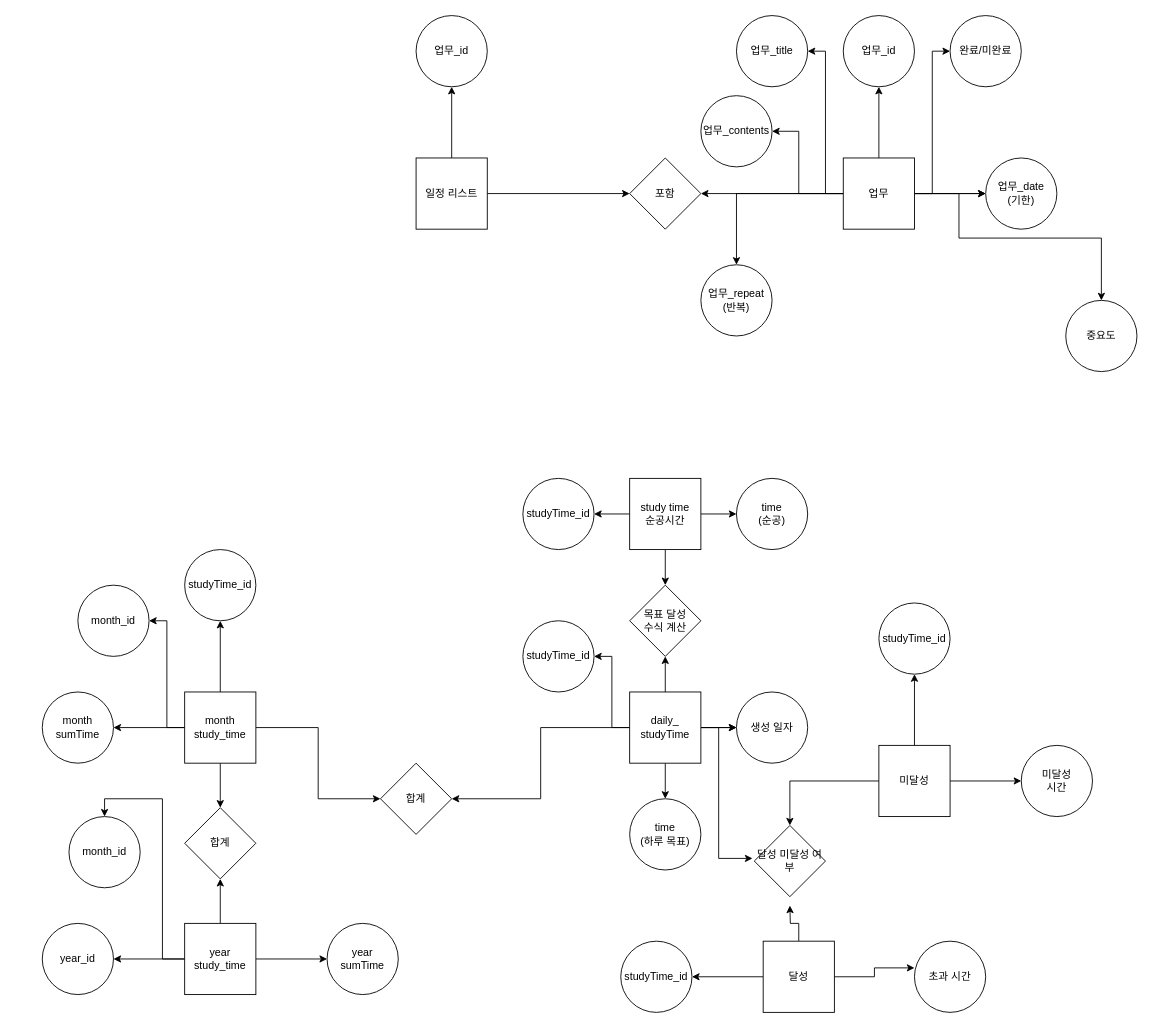
Cheyoung0203/kimbug-training keeps this draw.io diagram as teacher/10_minute.drawio. Above is the earlier version. Source tidied: cells renumbered, new cells numbered last; positions are measured from the earlier drawing's top-left corner, leaving out a move shared by most shapes. Both pictures are drawn from the tidied source at 89%, with x=0, y=0 at pixel (42, 15).
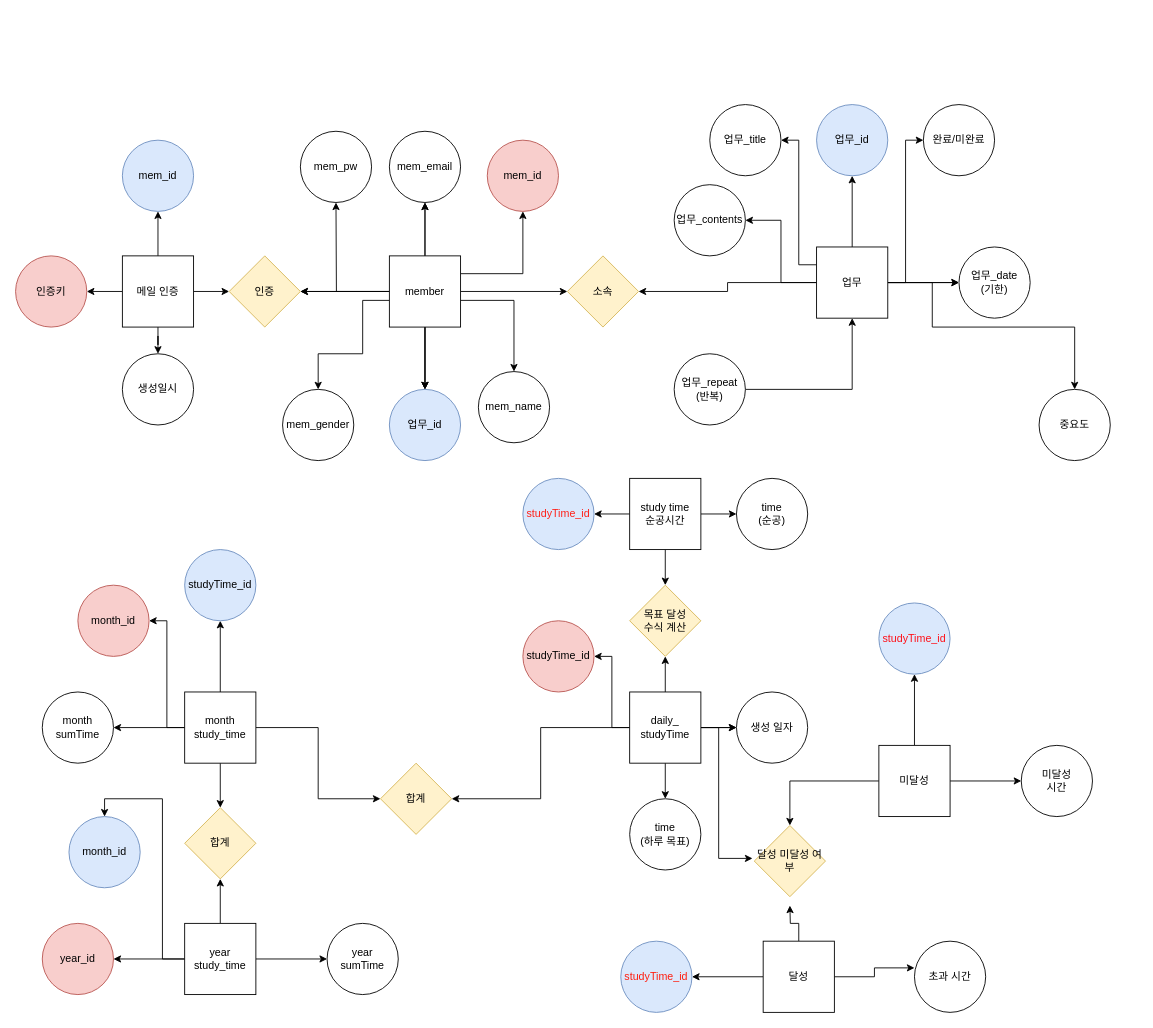
Above is the later version.

Change to the diagram source:
```diff
@@
-    <mxCell id="2" style="edgeStyle=orthogonalEdgeStyle;rounded=0;jettySize=auto;html=1;entryX=0;entryY=0.5;entryDx=0;entryDy=0;" parent="1" edge="1" source="4" target="15">
-      <mxGeometry relative="1" as="geometry" />
-    </mxCell>
-    <mxCell id="3" style="edgeStyle=orthogonalEdgeStyle;rounded=0;jettySize=auto;html=1;" parent="1" edge="1" source="4" target="16">
-      <mxGeometry relative="1" as="geometry" />
-    </mxCell>
-    <mxCell id="4" value="일정 리스트" style="whiteSpace=wrap;html=1;" parent="1" vertex="1">
-      <mxGeometry x="420" y="160" width="80" height="80" as="geometry" />
-    </mxCell>
-    <mxCell id="5" style="edgeStyle=orthogonalEdgeStyle;rounded=0;jettySize=auto;html=1;entryX=1;entryY=0.5;entryDx=0;entryDy=0;" parent="1" edge="1" source="14" target="15">
-      <mxGeometry relative="1" as="geometry" />
-    </mxCell>
@@
     <mxCell id="7" style="edgeStyle=orthogonalEdgeStyle;jettySize=auto;html=1;rounded=0;" parent="1" edge="1" source="14" target="18">
       <mxGeometry relative="1" as="geometry">
         <Array as="points">
-          <mxPoint x="1000" y="200" />
-          <mxPoint x="1000" y="40" />
+          <mxPoint x="970" y="300" />
+          <mxPoint x="970" y="140" />
         </Array>
       </mxGeometry>
     </mxCell>
     <mxCell id="8" style="edgeStyle=orthogonalEdgeStyle;rounded=0;jettySize=auto;html=1;" parent="1" edge="1" source="14" target="19">
       <mxGeometry relative="1" as="geometry">
         <Array as="points">
-          <mxPoint x="880" y="200" />
-          <mxPoint x="880" y="40" />
+          <mxPoint x="850" y="280" />
+          <mxPoint x="850" y="140" />
         </Array>
       </mxGeometry>
     </mxCell>
@@
-    <mxCell id="11" style="edgeStyle=orthogonalEdgeStyle;rounded=0;jettySize=auto;html=1;" parent="1" edge="1" source="14" target="21">
-      <mxGeometry relative="1" as="geometry" />
-    </mxCell>
+    <mxCell id="13" style="edgeStyle=orthogonalEdgeStyle;rounded=0;jettySize=auto;html=1;" parent="1" edge="1" source="14" target="23">
+      <mxGeometry relative="1" as="geometry">
+        <Array as="points">
+          <mxPoint x="1000" y="300" />
+          <mxPoint x="1000" y="350" />
+          <mxPoint x="1160" y="350" />
+        </Array>
+      </mxGeometry>
+    </mxCell>
+    <mxCell id="74" style="edgeStyle=orthogonalEdgeStyle;rounded=0;jettySize=auto;html=1;fontColor=#FF1D0D;" parent="1" edge="1" source="14" target="103">
+      <mxGeometry relative="1" as="geometry" />
+    </mxCell>
-    <mxCell id="12" style="edgeStyle=orthogonalEdgeStyle;rounded=0;jettySize=auto;html=1;" parent="1" edge="1" source="14" target="22">
-      <mxGeometry relative="1" as="geometry">
-        <Array as="points">
-          <mxPoint x="850" y="200" />
-          <mxPoint x="850" y="130" />
-        </Array>
-      </mxGeometry>
+    <mxCell id="12" style="edgeStyle=orthogonalEdgeStyle;rounded=0;jettySize=auto;html=1;fontColor=#FF1D0D;" parent="1" edge="1" source="14" target="22">
+      <mxGeometry relative="1" as="geometry" />
     </mxCell>
-    <mxCell id="13" style="edgeStyle=orthogonalEdgeStyle;rounded=0;jettySize=auto;html=1;" parent="1" edge="1" source="14" target="23">
-      <mxGeometry relative="1" as="geometry">
-        <Array as="points">
-          <mxPoint x="1030" y="200" />
-          <mxPoint x="1030" y="250" />
-          <mxPoint x="1190" y="250" />
-        </Array>
-      </mxGeometry>
-    </mxCell>
     <mxCell id="14" value="업무" style="whiteSpace=wrap;html=1;" parent="1" vertex="1">
-      <mxGeometry x="900" y="160" width="80" height="80" as="geometry" />
+      <mxGeometry x="870" y="260" width="80" height="80" as="geometry" />
     </mxCell>
-    <mxCell id="15" value="포함" style="rhombus;whiteSpace=wrap;html=1;" parent="1" vertex="1">
-      <mxGeometry x="660" y="160" width="80" height="80" as="geometry" />
-    </mxCell>
-    <mxCell id="16" value="업무_id" style="ellipse;whiteSpace=wrap;html=1;" parent="1" vertex="1">
-      <mxGeometry x="420" width="80" height="80" as="geometry" />
-    </mxCell>
-    <mxCell id="17" value="업무_id" style="ellipse;whiteSpace=wrap;html=1;" parent="1" vertex="1">
-      <mxGeometry x="900" width="80" height="80" as="geometry" />
+    <mxCell id="17" value="업무_id" style="ellipse;whiteSpace=wrap;html=1;fillColor=#dae8fc;strokeColor=#6c8ebf;" parent="1" vertex="1">
+      <mxGeometry x="870" y="100" width="80" height="80" as="geometry" />
     </mxCell>
     <mxCell id="18" value="완료/미완료" style="ellipse;whiteSpace=wrap;html=1;" parent="1" vertex="1">
-      <mxGeometry x="1020" width="80" height="80" as="geometry" />
+      <mxGeometry x="990" y="100" width="80" height="80" as="geometry" />
     </mxCell>
     <mxCell id="19" value="업무_title" style="ellipse;whiteSpace=wrap;html=1;" parent="1" vertex="1">
-      <mxGeometry x="780" width="80" height="80" as="geometry" />
+      <mxGeometry x="750" y="100" width="80" height="80" as="geometry" />
     </mxCell>
     <mxCell id="20" value="업무_date&lt;br&gt;(기한)" style="ellipse;whiteSpace=wrap;html=1;" parent="1" vertex="1">
-      <mxGeometry x="1060" y="160" width="80" height="80" as="geometry" />
+      <mxGeometry x="1030" y="260" width="80" height="80" as="geometry" />
     </mxCell>
+    <mxCell id="75" style="edgeStyle=orthogonalEdgeStyle;rounded=0;jettySize=auto;html=1;" parent="1" edge="1" source="21" target="14">
+      <mxGeometry relative="1" as="geometry" />
+    </mxCell>
     <mxCell id="21" value="업무_repeat&lt;br&gt;(반복)" style="ellipse;whiteSpace=wrap;html=1;" parent="1" vertex="1">
-      <mxGeometry x="740" y="280" width="80" height="80" as="geometry" />
+      <mxGeometry x="710" y="380" width="80" height="80" as="geometry" />
     </mxCell>
     <mxCell id="22" value="업무_contents" style="ellipse;whiteSpace=wrap;html=1;" parent="1" vertex="1">
-      <mxGeometry x="740" y="90" width="80" height="80" as="geometry" />
+      <mxGeometry x="710" y="190" width="80" height="80" as="geometry" />
     </mxCell>
     <mxCell id="23" value="중요도" style="ellipse;whiteSpace=wrap;html=1;" parent="1" vertex="1">
-      <mxGeometry x="1150" y="320" width="80" height="80" as="geometry" />
+      <mxGeometry x="1120" y="420" width="80" height="80" as="geometry" />
     </mxCell>
@@
-    <mxCell id="28" value="목표 달성&lt;br&gt;수식 계산" style="rhombus;whiteSpace=wrap;html=1;" parent="1" vertex="1">
+    <mxCell id="28" value="목표 달성&lt;br&gt;수식 계산" style="rhombus;whiteSpace=wrap;html=1;fillColor=#fff2cc;strokeColor=#d6b656;" parent="1" vertex="1">
       <mxGeometry x="660" y="640" width="80" height="80" as="geometry" />
     </mxCell>
@@
-    <mxCell id="38" value="studyTime_id" style="ellipse;whiteSpace=wrap;html=1;" parent="1" vertex="1">
+    <mxCell id="38" value="studyTime_id" style="ellipse;whiteSpace=wrap;html=1;fillColor=#f8cecc;strokeColor=#b85450;" parent="1" vertex="1">
       <mxGeometry x="540" y="680" width="80" height="80" as="geometry" />
     </mxCell>
@@
-    <mxCell id="40" value="studyTime_id" style="ellipse;whiteSpace=wrap;html=1;" parent="1" vertex="1">
+    <mxCell id="40" value="&lt;font color=&quot;#ff1f17&quot;&gt;studyTime_id&lt;/font&gt;" style="ellipse;whiteSpace=wrap;html=1;fillColor=#dae8fc;strokeColor=#6c8ebf;" parent="1" vertex="1">
       <mxGeometry x="540" y="520" width="80" height="80" as="geometry" />
     </mxCell>
@@
-    <mxCell id="42" value="달성 미달성 여부" style="rhombus;whiteSpace=wrap;html=1;" parent="1" vertex="1">
+    <mxCell id="42" value="달성 미달성 여부" style="rhombus;whiteSpace=wrap;html=1;fillColor=#fff2cc;strokeColor=#d6b656;" parent="1" vertex="1">
       <mxGeometry x="800" y="910" width="80" height="80" as="geometry" />
     </mxCell>
@@
-    <mxCell id="53" value="studyTime_id" style="ellipse;whiteSpace=wrap;html=1;" parent="1" vertex="1">
+    <mxCell id="53" value="&lt;font color=&quot;#ff1d0d&quot;&gt;studyTime_id&lt;/font&gt;" style="ellipse;whiteSpace=wrap;html=1;fillColor=#dae8fc;strokeColor=#6c8ebf;" parent="1" vertex="1">
       <mxGeometry x="650" y="1040" width="80" height="80" as="geometry" />
     </mxCell>
-    <mxCell id="54" value="studyTime_id" style="ellipse;whiteSpace=wrap;html=1;" parent="1" vertex="1">
+    <mxCell id="54" value="&lt;font color=&quot;#ff0f17&quot;&gt;studyTime_id&lt;/font&gt;" style="ellipse;whiteSpace=wrap;html=1;strokeColor=#6c8ebf;fillColor=#dae8fc;" parent="1" vertex="1">
       <mxGeometry x="940" y="660" width="80" height="80" as="geometry" />
     </mxCell>
@@
-    <mxCell id="61" value="합계" style="rhombus;whiteSpace=wrap;html=1;" parent="1" vertex="1">
+    <mxCell id="61" value="합계" style="rhombus;whiteSpace=wrap;html=1;fillColor=#fff2cc;strokeColor=#d6b656;" parent="1" vertex="1">
       <mxGeometry x="380" y="840" width="80" height="80" as="geometry" />
     </mxCell>
-    <mxCell id="62" value="studyTime_id" style="ellipse;whiteSpace=wrap;html=1;" parent="1" vertex="1">
+    <mxCell id="62" value="studyTime_id" style="ellipse;whiteSpace=wrap;html=1;fillColor=#dae8fc;strokeColor=#6c8ebf;" parent="1" vertex="1">
       <mxGeometry x="160" y="600" width="80" height="80" as="geometry" />
     </mxCell>
@@
-    <mxCell id="64" value="합계" style="rhombus;whiteSpace=wrap;html=1;" parent="1" vertex="1">
+    <mxCell id="64" value="합계" style="rhombus;whiteSpace=wrap;html=1;fillColor=#fff2cc;strokeColor=#d6b656;" parent="1" vertex="1">
       <mxGeometry x="160" y="890" width="80" height="80" as="geometry" />
     </mxCell>
-    <mxCell id="65" value="month_id" style="ellipse;whiteSpace=wrap;html=1;" parent="1" vertex="1">
+    <mxCell id="65" value="month_id" style="ellipse;whiteSpace=wrap;html=1;fillColor=#f8cecc;strokeColor=#b85450;" parent="1" vertex="1">
       <mxGeometry x="40" y="640" width="80" height="80" as="geometry" />
     </mxCell>
@@
-    <mxCell id="71" value="year_id" style="ellipse;whiteSpace=wrap;html=1;" parent="1" vertex="1">
+    <mxCell id="71" value="year_id" style="ellipse;whiteSpace=wrap;html=1;fillColor=#f8cecc;strokeColor=#b85450;" parent="1" vertex="1">
       <mxGeometry y="1020" width="80" height="80" as="geometry" />
     </mxCell>
@@
-    <mxCell id="73" value="month_id" style="ellipse;whiteSpace=wrap;html=1;" parent="1" vertex="1">
+    <mxCell id="73" value="month_id" style="ellipse;whiteSpace=wrap;html=1;fillColor=#dae8fc;strokeColor=#6c8ebf;" parent="1" vertex="1">
       <mxGeometry x="30" y="900" width="80" height="80" as="geometry" />
     </mxCell>
+    <mxCell id="76" style="edgeStyle=orthogonalEdgeStyle;rounded=0;jettySize=auto;html=1;" parent="1" edge="1" source="80" target="81">
+      <mxGeometry relative="1" as="geometry" />
+    </mxCell>
+    <mxCell id="77" style="edgeStyle=orthogonalEdgeStyle;rounded=0;jettySize=auto;html=1;" parent="1" edge="1" source="80" target="82">
+      <mxGeometry relative="1" as="geometry" />
+    </mxCell>
+    <mxCell id="78" style="edgeStyle=orthogonalEdgeStyle;rounded=0;jettySize=auto;html=1;" parent="1" edge="1" source="80" target="83">
+      <mxGeometry relative="1" as="geometry" />
+    </mxCell>
+    <mxCell id="79" style="edgeStyle=orthogonalEdgeStyle;rounded=0;jettySize=auto;html=1;" parent="1" edge="1" source="80" target="84">
+      <mxGeometry relative="1" as="geometry" />
+    </mxCell>
+    <mxCell id="80" value="메일 인증" style="whiteSpace=wrap;html=1;" parent="1" vertex="1">
+      <mxGeometry x="90" y="270" width="80" height="80" as="geometry" />
+    </mxCell>
+    <mxCell id="81" value="mem_id" style="ellipse;whiteSpace=wrap;html=1;fillColor=#dae8fc;strokeColor=#6c8ebf;" parent="1" vertex="1">
+      <mxGeometry x="90" y="140" width="80" height="80" as="geometry" />
+    </mxCell>
+    <mxCell id="82" value="인증키" style="ellipse;whiteSpace=wrap;html=1;fillColor=#f8cecc;strokeColor=#b85450;" parent="1" vertex="1">
+      <mxGeometry x="-30" y="270" width="80" height="80" as="geometry" />
+    </mxCell>
+    <mxCell id="83" value="생성일시" style="ellipse;whiteSpace=wrap;html=1;" parent="1" vertex="1">
+      <mxGeometry x="90" y="380" width="80" height="80" as="geometry" />
+    </mxCell>
+    <mxCell id="84" value="인증" style="rhombus;whiteSpace=wrap;html=1;fillColor=#fff2cc;strokeColor=#d6b656;" parent="1" vertex="1">
+      <mxGeometry x="210" y="270" width="80" height="80" as="geometry" />
+    </mxCell>
+    <mxCell id="85" style="edgeStyle=orthogonalEdgeStyle;rounded=0;jettySize=auto;html=1;entryX=1;entryY=0.5;entryDx=0;entryDy=0;" parent="1" edge="1" source="97" target="84">
+      <mxGeometry relative="1" as="geometry" />
+    </mxCell>
+    <mxCell id="86" style="edgeStyle=orthogonalEdgeStyle;rounded=0;jettySize=auto;html=1;entryX=0.5;entryY=0;entryDx=0;entryDy=0;" parent="1" edge="1" source="97" target="16">
+      <mxGeometry relative="1" as="geometry" />
+    </mxCell>
+    <mxCell id="87" style="edgeStyle=orthogonalEdgeStyle;rounded=0;jettySize=auto;html=1;" parent="1" edge="1" source="97" target="84">
+      <mxGeometry relative="1" as="geometry" />
+    </mxCell>
+    <mxCell id="88" style="edgeStyle=orthogonalEdgeStyle;rounded=0;jettySize=auto;html=1;entryX=0.5;entryY=0;entryDx=0;entryDy=0;" parent="1" edge="1" source="97" target="98">
+      <mxGeometry relative="1" as="geometry">
+        <Array as="points">
+          <mxPoint x="360" y="320" />
+          <mxPoint x="360" y="380" />
+          <mxPoint x="310" y="380" />
+        </Array>
+      </mxGeometry>
+    </mxCell>
+    <mxCell id="89" style="edgeStyle=orthogonalEdgeStyle;rounded=0;jettySize=auto;html=1;entryX=0.5;entryY=1;entryDx=0;entryDy=0;" parent="1" edge="1" source="97" target="99">
+      <mxGeometry relative="1" as="geometry" />
+    </mxCell>
+    <mxCell id="90" style="edgeStyle=orthogonalEdgeStyle;rounded=0;jettySize=auto;html=1;entryX=0.5;entryY=0;entryDx=0;entryDy=0;" parent="1" edge="1" source="97" target="100">
+      <mxGeometry relative="1" as="geometry">
+        <Array as="points">
+          <mxPoint x="530" y="320" />
+        </Array>
+      </mxGeometry>
+    </mxCell>
+    <mxCell id="91" style="edgeStyle=orthogonalEdgeStyle;rounded=0;jettySize=auto;html=1;" parent="1" edge="1" source="97">
+      <mxGeometry relative="1" as="geometry">
+        <mxPoint x="330" y="210" as="targetPoint" />
+      </mxGeometry>
+    </mxCell>
+    <mxCell id="92" style="edgeStyle=orthogonalEdgeStyle;rounded=0;jettySize=auto;html=1;" parent="1" edge="1" source="97" target="99">
+      <mxGeometry relative="1" as="geometry" />
+    </mxCell>
+    <mxCell id="93" style="edgeStyle=orthogonalEdgeStyle;rounded=0;jettySize=auto;html=1;entryX=0.5;entryY=1;entryDx=0;entryDy=0;" parent="1" edge="1" source="97" target="102">
+      <mxGeometry relative="1" as="geometry">
+        <Array as="points">
+          <mxPoint x="540" y="290" />
+        </Array>
+      </mxGeometry>
+    </mxCell>
+    <mxCell id="94" style="edgeStyle=orthogonalEdgeStyle;rounded=0;jettySize=auto;html=1;entryX=0;entryY=0.5;entryDx=0;entryDy=0;" parent="1" edge="1" source="97" target="103">
+      <mxGeometry relative="1" as="geometry">
+        <Array as="points">
+          <mxPoint x="590" y="310" />
+        </Array>
+      </mxGeometry>
+    </mxCell>
+    <mxCell id="95" style="edgeStyle=orthogonalEdgeStyle;rounded=0;jettySize=auto;html=1;" parent="1" edge="1" source="97" target="16">
+      <mxGeometry relative="1" as="geometry" />
+    </mxCell>
+    <mxCell id="96" style="edgeStyle=orthogonalEdgeStyle;rounded=0;jettySize=auto;html=1;" parent="1" edge="1" source="97" target="16">
+      <mxGeometry relative="1" as="geometry" />
+    </mxCell>
+    <mxCell id="97" value="member" style="whiteSpace=wrap;html=1;" parent="1" vertex="1">
+      <mxGeometry x="390" y="270" width="80" height="80" as="geometry" />
+    </mxCell>
+    <mxCell id="16" value="업무_id" style="ellipse;whiteSpace=wrap;html=1;fillColor=#dae8fc;strokeColor=#6c8ebf;" parent="1" vertex="1">
+      <mxGeometry x="390" y="420" width="80" height="80" as="geometry" />
+    </mxCell>
+    <mxCell id="98" value="mem_gender" style="ellipse;whiteSpace=wrap;html=1;" parent="1" vertex="1">
+      <mxGeometry x="270" y="420" width="80" height="80" as="geometry" />
+    </mxCell>
+    <mxCell id="99" value="mem_email" style="ellipse;whiteSpace=wrap;html=1;" parent="1" vertex="1">
+      <mxGeometry x="390" y="130" width="80" height="80" as="geometry" />
+    </mxCell>
+    <mxCell id="100" value="mem_name" style="ellipse;whiteSpace=wrap;html=1;" parent="1" vertex="1">
+      <mxGeometry x="490" y="400" width="80" height="80" as="geometry" />
+    </mxCell>
+    <mxCell id="101" value="mem_pw" style="ellipse;whiteSpace=wrap;html=1;" parent="1" vertex="1">
+      <mxGeometry x="290" y="130" width="80" height="80" as="geometry" />
+    </mxCell>
+    <mxCell id="102" value="mem_id" style="ellipse;whiteSpace=wrap;html=1;fillColor=#f8cecc;strokeColor=#b85450;" parent="1" vertex="1">
+      <mxGeometry x="500" y="140" width="80" height="80" as="geometry" />
+    </mxCell>
+    <mxCell id="103" value="소속" style="rhombus;whiteSpace=wrap;html=1;fillColor=#fff2cc;strokeColor=#d6b656;" parent="1" vertex="1">
+      <mxGeometry x="590" y="270" width="80" height="80" as="geometry" />
+    </mxCell>
```
